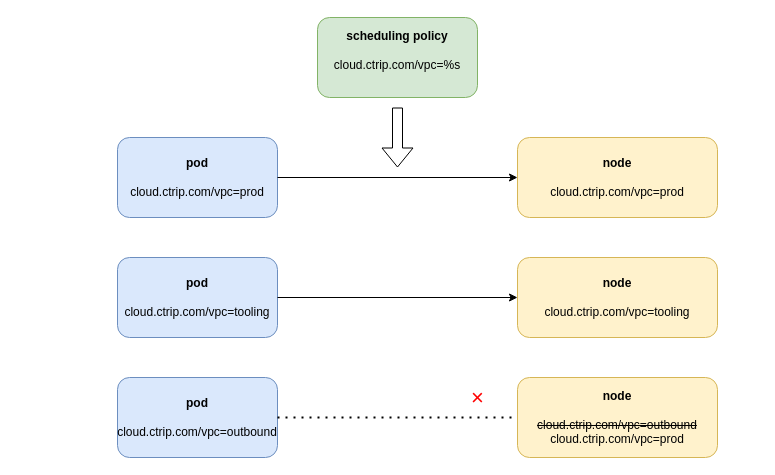
This is os-and-scheduling-policy.drawio from YanshanSong/draw.io, a draw.io file, before an edit. Source tidied: cells renumbered, new cells numbered last; positions are measured from the earlier drawing's top-left corner, leaving out a move shared by most shapes. Both pictures are drawn from the tidied source at 100%, with x=0, y=0 at pixel (117, 17).
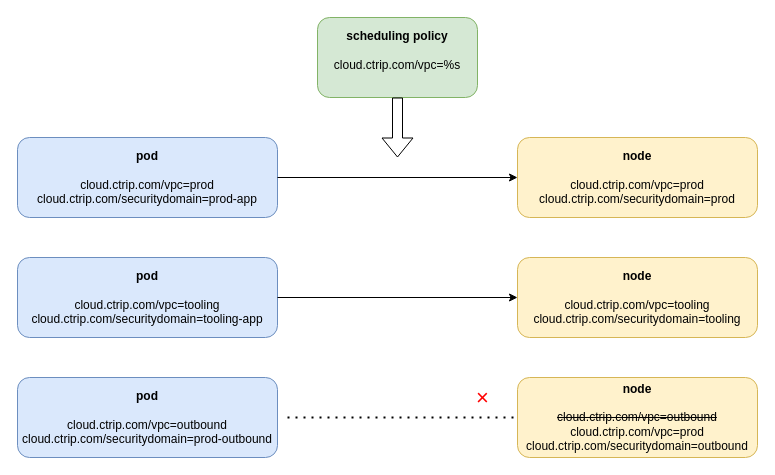
The same diagram, later.

The edit, as a diff of the source:
```diff
@@
 <mxGraphModel>
   <root>
     <mxCell id="0" />
     <mxCell id="1" parent="0" />
-    <mxCell id="2" value="&lt;b&gt;pod&lt;/b&gt;&lt;div&gt;&lt;br&gt;&lt;/div&gt;&lt;div&gt;cloud.ctrip.com/vpc=prod&lt;/div&gt;" style="rounded=1;whiteSpace=wrap;html=1;fillColor=#dae8fc;strokeColor=#6c8ebf;" parent="1" vertex="1">
-      <mxGeometry y="120" width="160" height="80" as="geometry" />
+    <mxCell id="2" value="&lt;b&gt;pod&lt;/b&gt;&lt;div&gt;&lt;br&gt;&lt;/div&gt;&lt;div&gt;cloud.ctrip.com/vpc=prod&lt;/div&gt;&lt;div&gt;cloud.ctrip.com/securitydomain=prod-app&lt;/div&gt;" style="rounded=1;whiteSpace=wrap;html=1;fillColor=#dae8fc;strokeColor=#6c8ebf;" parent="1" vertex="1">
+      <mxGeometry x="-100" y="120" width="260" height="80" as="geometry" />
     </mxCell>
-    <mxCell id="3" value="&lt;b&gt;pod&lt;/b&gt;&lt;div&gt;&lt;br&gt;&lt;/div&gt;&lt;div&gt;cloud.ctrip.com/vpc=tooling&lt;/div&gt;" style="rounded=1;whiteSpace=wrap;html=1;fillColor=#dae8fc;strokeColor=#6c8ebf;" parent="1" vertex="1">
-      <mxGeometry y="240" width="160" height="80" as="geometry" />
-    </mxCell>
-    <mxCell id="4" value="&lt;b&gt;pod&lt;/b&gt;&lt;div&gt;&lt;br&gt;&lt;/div&gt;&lt;div&gt;cloud.ctrip.com/vpc=outbound&lt;/div&gt;" style="rounded=1;whiteSpace=wrap;html=1;fillColor=#dae8fc;strokeColor=#6c8ebf;" parent="1" vertex="1">
-      <mxGeometry y="360" width="160" height="80" as="geometry" />
-    </mxCell>
     <mxCell id="5" value="&lt;b&gt;scheduling policy&lt;/b&gt;&lt;div&gt;&lt;br&gt;&lt;/div&gt;&lt;div&gt;cloud.ctrip.com/vpc=%s&lt;br&gt;&lt;div&gt;&lt;br&gt;&lt;/div&gt;&lt;/div&gt;" style="rounded=1;whiteSpace=wrap;html=1;fillColor=#d5e8d4;strokeColor=#82b366;" parent="1" vertex="1">
       <mxGeometry x="200" width="160" height="80" as="geometry" />
     </mxCell>
-    <mxCell id="6" value="&lt;b&gt;node&lt;/b&gt;&lt;div&gt;&lt;br&gt;&lt;/div&gt;&lt;div&gt;cloud.ctrip.com/vpc=prod&lt;/div&gt;" style="rounded=1;whiteSpace=wrap;html=1;fillColor=#fff2cc;strokeColor=#d6b656;" parent="1" vertex="1">
-      <mxGeometry x="400" y="120" width="200" height="80" as="geometry" />
+    <mxCell id="6" value="&lt;b&gt;node&lt;/b&gt;&lt;div&gt;&lt;br&gt;&lt;/div&gt;&lt;div&gt;cloud.ctrip.com/vpc=prod&lt;/div&gt;&lt;div&gt;cloud.ctrip.com/securitydomain=prod&lt;/div&gt;" style="rounded=1;whiteSpace=wrap;html=1;fillColor=#fff2cc;strokeColor=#d6b656;" parent="1" vertex="1">
+      <mxGeometry x="400" y="120" width="240" height="80" as="geometry" />
     </mxCell>
-    <mxCell id="7" value="&lt;b&gt;node&lt;/b&gt;&lt;div&gt;&lt;br&gt;&lt;/div&gt;&lt;div&gt;cloud.ctrip.com/vpc=tooling&lt;/div&gt;" style="rounded=1;whiteSpace=wrap;html=1;fillColor=#fff2cc;strokeColor=#d6b656;" parent="1" vertex="1">
-      <mxGeometry x="400" y="240" width="200" height="80" as="geometry" />
+    <mxCell id="7" value="&lt;b&gt;node&lt;/b&gt;&lt;div&gt;&lt;br&gt;&lt;/div&gt;&lt;div&gt;cloud.ctrip.com/vpc=tooling&lt;/div&gt;&lt;div&gt;cloud.ctrip.com/securitydomain=tooling&lt;/div&gt;" style="rounded=1;whiteSpace=wrap;html=1;fillColor=#fff2cc;strokeColor=#d6b656;" parent="1" vertex="1">
+      <mxGeometry x="400" y="240" width="240" height="80" as="geometry" />
     </mxCell>
-    <mxCell id="8" value="&lt;b&gt;node&lt;/b&gt;&lt;div&gt;&lt;br&gt;&lt;/div&gt;&lt;div&gt;&lt;strike&gt;cloud.ctrip.com/vpc=outbound&lt;/strike&gt;&lt;/div&gt;&lt;div&gt;cloud.ctrip.com/vpc=prod&lt;/div&gt;" style="rounded=1;whiteSpace=wrap;html=1;fillColor=#fff2cc;strokeColor=#d6b656;" parent="1" vertex="1">
-      <mxGeometry x="400" y="360" width="200" height="80" as="geometry" />
+    <mxCell id="8" value="&lt;b&gt;node&lt;/b&gt;&lt;div&gt;&lt;br&gt;&lt;/div&gt;&lt;div&gt;&lt;strike&gt;cloud.ctrip.com/vpc=outbound&lt;/strike&gt;&lt;/div&gt;&lt;div&gt;cloud.ctrip.com/vpc=prod&lt;/div&gt;&lt;div&gt;cloud.ctrip.com/securitydomain=outbound&lt;/div&gt;" style="rounded=1;whiteSpace=wrap;html=1;fillColor=#fff2cc;strokeColor=#d6b656;" parent="1" vertex="1">
+      <mxGeometry x="400" y="360" width="240" height="80" as="geometry" />
     </mxCell>
-    <mxCell id="9" style="endArrow=classic;html=1;rounded=0;entryX=0;entryY=0.5;entryDx=0;entryDy=0;exitX=1;exitY=0.5;exitDx=0;exitDy=0;" parent="1" edge="1" source="2" target="6">
-      <mxGeometry relative="1" as="geometry" />
-    </mxCell>
     <mxCell id="10" style="shape=flexArrow;endArrow=classic;html=1;rounded=0;" parent="1" edge="1">
       <mxGeometry relative="1" as="geometry">
-        <mxPoint x="280" y="90" as="sourcePoint" />
-        <mxPoint x="280" y="150" as="targetPoint" />
+        <mxPoint x="280" y="80" as="sourcePoint" />
+        <mxPoint x="280" y="140" as="targetPoint" />
       </mxGeometry>
     </mxCell>
-    <mxCell id="11" style="endArrow=classic;html=1;rounded=0;entryX=0;entryY=0.5;entryDx=0;entryDy=0;exitX=1;exitY=0.5;exitDx=0;exitDy=0;" parent="1" edge="1" source="3" target="7">
-      <mxGeometry relative="1" as="geometry" />
-    </mxCell>
-    <mxCell id="12" style="endArrow=none;dashed=1;html=1;dashPattern=1 3;strokeWidth=2;rounded=0;exitX=1;exitY=0.5;exitDx=0;exitDy=0;entryX=0;entryY=0.5;entryDx=0;entryDy=0;" parent="1" edge="1" source="4" target="8">
-      <mxGeometry relative="1" as="geometry" />
+    <mxCell id="12" style="endArrow=none;dashed=1;html=1;dashPattern=1 3;strokeWidth=2;rounded=0;entryX=0;entryY=0.5;entryDx=0;entryDy=0;" parent="1" edge="1" target="8">
+      <mxGeometry relative="1" as="geometry">
+        <mxPoint x="170" y="400" as="sourcePoint" />
+      </mxGeometry>
     </mxCell>
     <mxCell id="13" value="×" style="edgeLabel;html=1;align=center;verticalAlign=middle;fontSize=22;labelBackgroundColor=none;fontColor=#FF0000;" parent="12" vertex="1">
       <mxGeometry x="0.01" y="-6" relative="1" as="geometry">
         <mxPoint x="78" y="-26" as="offset" />
       </mxGeometry>
     </mxCell>
+    <mxCell id="14" value="&lt;b&gt;pod&lt;/b&gt;&lt;div&gt;&lt;br&gt;&lt;/div&gt;&lt;div&gt;cloud.ctrip.com/vpc=tooling&lt;/div&gt;&lt;div&gt;cloud.ctrip.com/securitydomain=tooling-app&lt;/div&gt;" style="rounded=1;whiteSpace=wrap;html=1;fillColor=#dae8fc;strokeColor=#6c8ebf;" parent="1" vertex="1">
+      <mxGeometry x="-100" y="240" width="260" height="80" as="geometry" />
+    </mxCell>
+    <mxCell id="15" value="&lt;b&gt;pod&lt;/b&gt;&lt;div&gt;&lt;br&gt;&lt;/div&gt;&lt;div&gt;cloud.ctrip.com/vpc=outbound&lt;/div&gt;&lt;div&gt;cloud.ctrip.com/securitydomain=prod-outbound&lt;/div&gt;" style="rounded=1;whiteSpace=wrap;html=1;fillColor=#dae8fc;strokeColor=#6c8ebf;" parent="1" vertex="1">
+      <mxGeometry x="-100" y="360" width="260" height="80" as="geometry" />
+    </mxCell>
+    <mxCell id="9" style="endArrow=classic;html=1;rounded=0;exitX=1;exitY=0.5;exitDx=0;exitDy=0;entryX=0;entryY=0.5;entryDx=0;entryDy=0;" parent="1" edge="1" source="2" target="6">
+      <mxGeometry relative="1" as="geometry" />
+    </mxCell>
+    <mxCell id="16" style="endArrow=classic;html=1;rounded=0;exitX=1;exitY=0.5;exitDx=0;exitDy=0;entryX=0;entryY=0.5;entryDx=0;entryDy=0;" parent="1" edge="1" source="14" target="7">
+      <mxGeometry relative="1" as="geometry" />
+    </mxCell>
   </root>
 </mxGraphModel>
```
